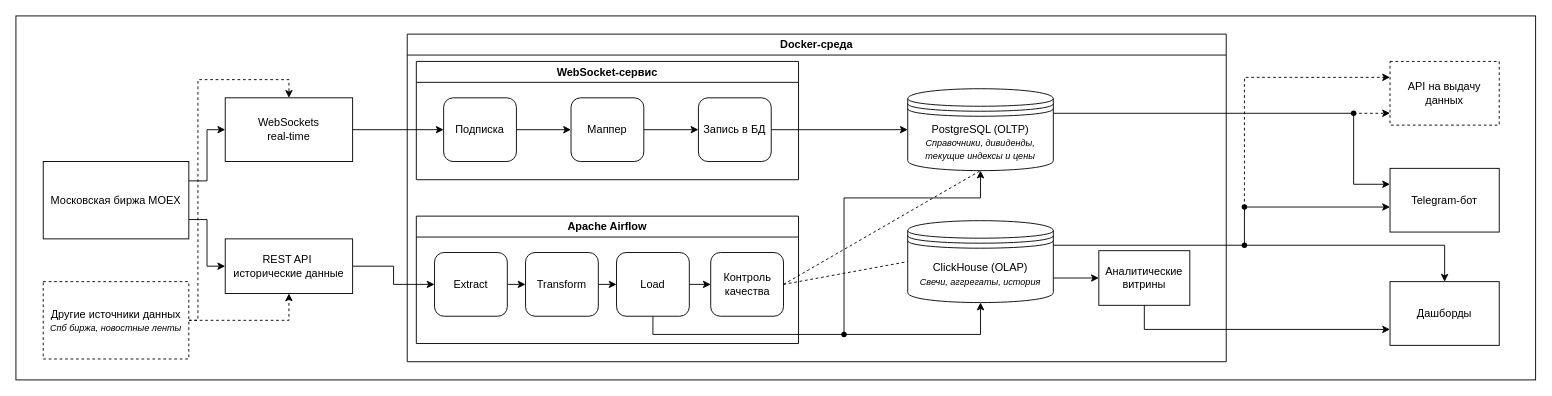
Before: docs/MOEX_diplom_schema.drawio in AntonDubrovin/HSE_MOEX_Diplom, a draw.io diagram. Source tidied: cells renumbered, new cells numbered last; positions are measured from the earlier drawing's top-left corner, leaving out a move shared by most shapes. Both pictures are drawn from the tidied source at 91%, with x=0, y=0 at pixel (15, 15).
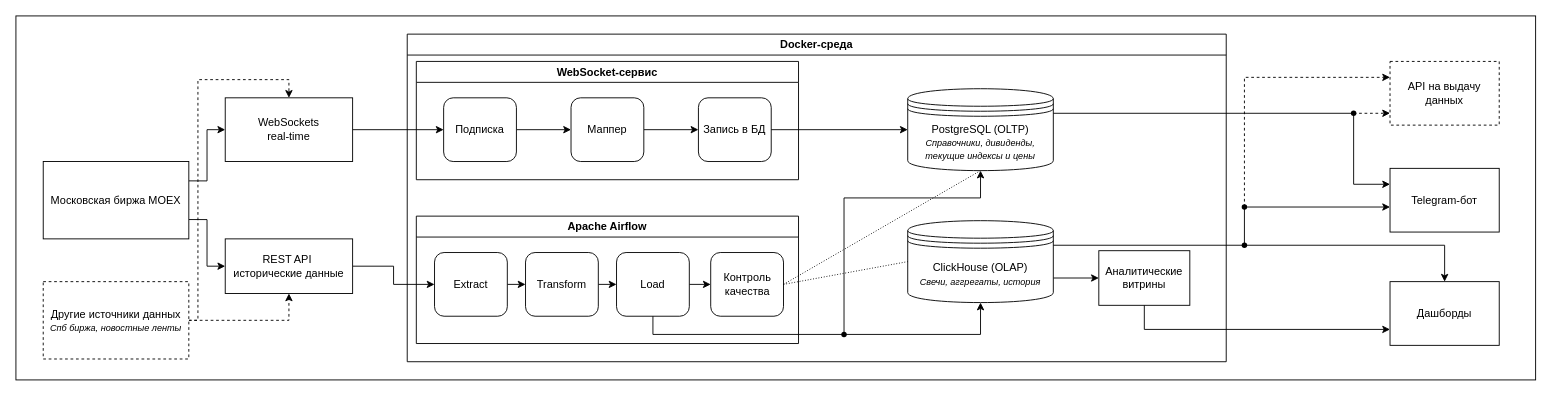
The same page after the edit.

Unchanged cells that the change refers to:
```xml
<mxCell id="10" value="Docker-среда" style="swimlane;whiteSpace=wrap;html=1;" parent="1" vertex="1">
  <mxGeometry x="430" y="20" width="900" height="360" as="geometry" />
</mxCell>
<mxCell id="24" value="Контроль&lt;div&gt;качества&lt;/div&gt;" style="rounded=1;whiteSpace=wrap;html=1;" parent="17" vertex="1">
  <mxGeometry x="323.5" y="40" width="80" height="70" as="geometry" />
</mxCell>
<mxCell id="25" value="PostgreSQL (OLTP)&lt;br&gt;&lt;span style=&quot;background-color: transparent; color: light-dark(rgb(0, 0, 0), rgb(255, 255, 255));&quot;&gt;&lt;font style=&quot;font-size: 10px;&quot;&gt;&lt;i&gt;Справочники, дивиденды, текущие индексы и цены&lt;/i&gt;&lt;/font&gt;&lt;/span&gt;" style="shape=datastore;whiteSpace=wrap;html=1;" parent="10" vertex="1">
  <mxGeometry x="550" y="60" width="160" height="90" as="geometry" />
</mxCell>
<mxCell id="27" value="ClickHouse (OLAP)&lt;div&gt;&lt;font style=&quot;font-size: 10px;&quot;&gt;&lt;i&gt;Свечи, аггрегаты, история&lt;/i&gt;&lt;/font&gt;&lt;/div&gt;" style="shape=datastore;whiteSpace=wrap;html=1;" parent="10" vertex="1">
  <mxGeometry x="550" y="205" width="160" height="90" as="geometry" />
</mxCell>
```

Diff of the diagram source:
```diff
@@
-    <mxCell id="29" style="endArrow=none;dashed=1;html=1;rounded=0;exitX=1;exitY=0.5;exitDx=0;exitDy=0;entryX=0.5;entryY=1;entryDx=0;entryDy=0;" parent="10" edge="1" source="24" target="25">
+    <mxCell id="29" style="endArrow=none;dashed=1;html=1;rounded=0;exitX=1;exitY=0.5;exitDx=0;exitDy=0;entryX=0.5;entryY=1;entryDx=0;entryDy=0;dashPattern=1 2;" parent="10" edge="1" source="24" target="25">
       <mxGeometry relative="1" as="geometry" />
     </mxCell>
-    <mxCell id="30" style="endArrow=none;dashed=1;html=1;rounded=0;exitX=1;exitY=0.5;exitDx=0;exitDy=0;entryX=0;entryY=0.5;entryDx=0;entryDy=0;" parent="10" edge="1" source="24" target="27">
+    <mxCell id="30" style="endArrow=none;dashed=1;html=1;rounded=0;exitX=1;exitY=0.5;exitDx=0;exitDy=0;entryX=0;entryY=0.5;entryDx=0;entryDy=0;dashPattern=1 2;" parent="10" edge="1" source="24" target="27">
       <mxGeometry relative="1" as="geometry" />
     </mxCell>
```
